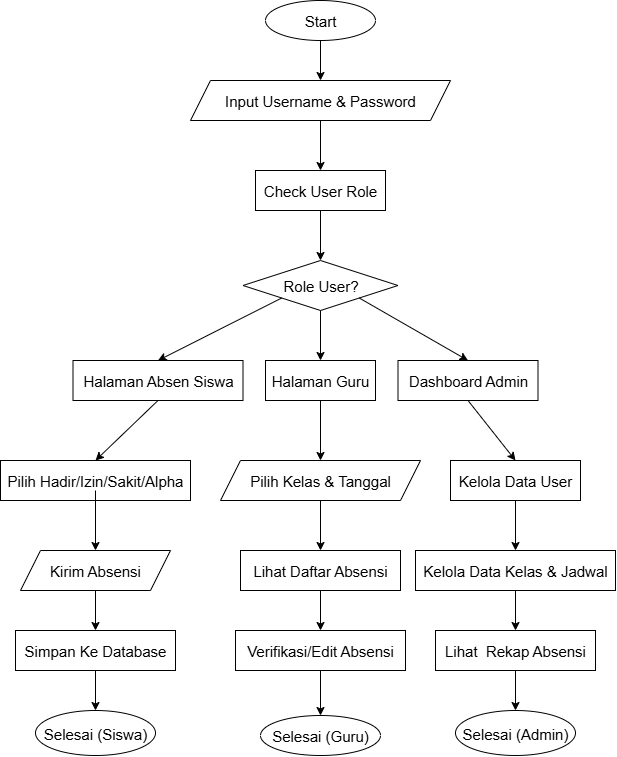
Above: absen.drawio.png in croissantn/Aplikasi-Absen (draw.io), before the change. Source tidied: cells renumbered, new cells last; positions are measured from the earlier drawing's top-left corner, leaving out a move shared by most shapes.
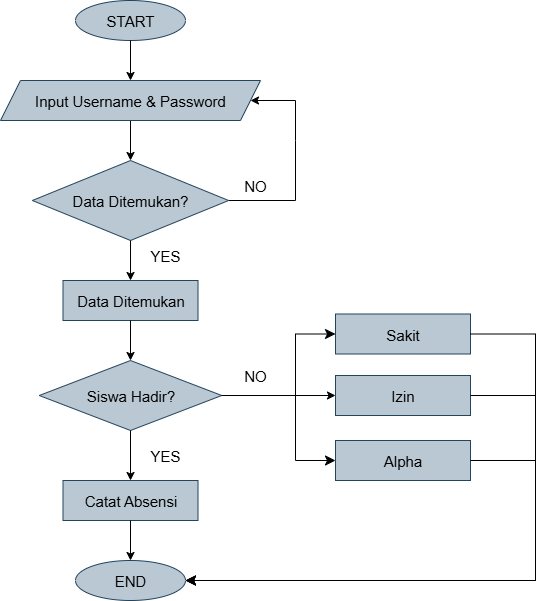
After the commit.

Change to the diagram source:
```diff
@@ -2,118 +2,112 @@
   <root>
     <mxCell id="0" />
     <mxCell id="1" parent="0" />
-    <mxCell id="2" value="&lt;font style=&quot;font-size: 15px;&quot;&gt;Start&lt;/font&gt;" style="ellipse;whiteSpace=wrap;html=1;" parent="1" vertex="1">
+    <mxCell id="2" value="&lt;span style=&quot;font-size: 15px;&quot;&gt;START&lt;/span&gt;" style="ellipse;whiteSpace=wrap;html=1;fillColor=#bac8d3;strokeColor=#23445d;" parent="1" vertex="1">
       <mxGeometry x="265" width="110" height="40" as="geometry" />
     </mxCell>
     <mxCell id="3" style="endArrow=classic;html=1;rounded=0;entryX=0.5;entryY=0;entryDx=0;entryDy=0;exitX=0.5;exitY=1;exitDx=0;exitDy=0;" parent="1" edge="1" source="2" target="30">
       <mxGeometry relative="1" as="geometry" />
     </mxCell>
-    <mxCell id="4" style="endArrow=classic;html=1;rounded=0;exitX=0.5;exitY=1;exitDx=0;exitDy=0;entryX=0.5;entryY=0;entryDx=0;entryDy=0;" parent="1" edge="1" source="30" target="5">
+    <mxCell id="4" style="endArrow=classic;html=1;rounded=0;exitX=0.5;exitY=1;exitDx=0;exitDy=0;entryX=0.5;entryY=0;entryDx=0;entryDy=0;" parent="1" edge="1" source="30" target="39">
       <mxGeometry relative="1" as="geometry" />
     </mxCell>
-    <mxCell id="5" value="&lt;span style=&quot;font-size: 15px;&quot;&gt;Check User Role&lt;/span&gt;" style="rounded=0;whiteSpace=wrap;html=1;" parent="1" vertex="1">
-      <mxGeometry x="255" y="170" width="130" height="40" as="geometry" />
-    </mxCell>
-    <mxCell id="6" value="&lt;font style=&quot;font-size: 15px;&quot;&gt;Role User?&lt;/font&gt;" style="rhombus;whiteSpace=wrap;html=1;" parent="1" vertex="1">
-      <mxGeometry x="242.5" y="260" width="155" height="50" as="geometry" />
-    </mxCell>
-    <mxCell id="7" style="endArrow=classic;html=1;rounded=0;entryX=0.5;entryY=0;entryDx=0;entryDy=0;exitX=0.5;exitY=1;exitDx=0;exitDy=0;" parent="1" edge="1" source="5" target="6">
-      <mxGeometry relative="1" as="geometry" />
+    <mxCell id="7" style="endArrow=classic;html=1;rounded=0;exitX=1;exitY=0.5;exitDx=0;exitDy=0;entryX=1;entryY=0.5;entryDx=0;entryDy=0;" parent="1" edge="1" source="39" target="30">
+      <mxGeometry relative="1" as="geometry">
+        <Array as="points">
+          <mxPoint x="485" y="200" />
+          <mxPoint x="485" y="140" />
+          <mxPoint x="485" y="100" />
+        </Array>
+      </mxGeometry>
     </mxCell>
-    <mxCell id="8" value="&lt;span style=&quot;font-size: 15px;&quot;&gt;Halaman Guru&lt;/span&gt;" style="rounded=0;whiteSpace=wrap;html=1;" parent="1" vertex="1">
-      <mxGeometry x="265" y="360" width="110" height="40" as="geometry" />
-    </mxCell>
-    <mxCell id="9" value="&lt;span style=&quot;font-size: 15px;&quot;&gt;Dashboard Admin&lt;/span&gt;" style="rounded=0;whiteSpace=wrap;html=1;" parent="1" vertex="1">
-      <mxGeometry x="397.5" y="360" width="140" height="40" as="geometry" />
-    </mxCell>
-    <mxCell id="10" value="&lt;span style=&quot;font-size: 15px;&quot;&gt;Halaman Absen Siswa&lt;/span&gt;" style="rounded=0;whiteSpace=wrap;html=1;" parent="1" vertex="1">
-      <mxGeometry x="72.5" y="360" width="170" height="40" as="geometry" />
-    </mxCell>
-    <mxCell id="11" style="endArrow=classic;html=1;rounded=0;entryX=0.5;entryY=0;entryDx=0;entryDy=0;exitX=0;exitY=1;exitDx=0;exitDy=0;" parent="1" edge="1" source="6" target="10">
-      <mxGeometry relative="1" as="geometry" />
-    </mxCell>
-    <mxCell id="12" style="endArrow=classic;html=1;rounded=0;exitX=0.5;exitY=1;exitDx=0;exitDy=0;entryX=0.5;entryY=0;entryDx=0;entryDy=0;" parent="1" edge="1" source="6" target="8">
-      <mxGeometry relative="1" as="geometry" />
-    </mxCell>
-    <mxCell id="13" style="endArrow=classic;html=1;rounded=0;exitX=1;exitY=1;exitDx=0;exitDy=0;entryX=0.5;entryY=0;entryDx=0;entryDy=0;" parent="1" edge="1" source="6" target="9">
-      <mxGeometry relative="1" as="geometry" />
-    </mxCell>
-    <mxCell id="14" value="&lt;span style=&quot;font-size: 15px;&quot;&gt;Kelola Data User&lt;/span&gt;" style="rounded=0;whiteSpace=wrap;html=1;" parent="1" vertex="1">
-      <mxGeometry x="450" y="460" width="130" height="40" as="geometry" />
-    </mxCell>
-    <mxCell id="15" value="&lt;span style=&quot;font-size: 15px;&quot;&gt;Pilih Hadir/Izin/Sakit/Alpha&lt;/span&gt;" style="rounded=0;whiteSpace=wrap;html=1;" parent="1" vertex="1">
-      <mxGeometry y="460" width="190" height="40" as="geometry" />
-    </mxCell>
-    <mxCell id="16" value="&lt;span style=&quot;font-size: 15px;&quot;&gt;Lihat Daftar Absensi&lt;/span&gt;" style="rounded=0;whiteSpace=wrap;html=1;" parent="1" vertex="1">
-      <mxGeometry x="240" y="550" width="160" height="40" as="geometry" />
-    </mxCell>
-    <mxCell id="17" value="&lt;span style=&quot;font-size: 15px;&quot;&gt;Kelola Data Kelas &amp;amp; Jadwal&lt;/span&gt;" style="rounded=0;whiteSpace=wrap;html=1;" parent="1" vertex="1">
-      <mxGeometry x="415" y="550" width="200" height="40" as="geometry" />
-    </mxCell>
-    <mxCell id="18" value="&lt;span style=&quot;font-size: 15px;&quot;&gt;Lihat&amp;nbsp; Rekap Absensi&lt;/span&gt;" style="rounded=0;whiteSpace=wrap;html=1;" parent="1" vertex="1">
-      <mxGeometry x="435" y="630" width="160" height="40" as="geometry" />
-    </mxCell>
-    <mxCell id="19" value="&lt;span style=&quot;font-size: 15px;&quot;&gt;Verifikasi/Edit Absensi&lt;/span&gt;" style="rounded=0;whiteSpace=wrap;html=1;" parent="1" vertex="1">
-      <mxGeometry x="235" y="630" width="170" height="40" as="geometry" />
-    </mxCell>
-    <mxCell id="20" value="&lt;span style=&quot;font-size: 15px;&quot;&gt;Simpan Ke Database&lt;/span&gt;" style="rounded=0;whiteSpace=wrap;html=1;" parent="1" vertex="1">
-      <mxGeometry x="15" y="630" width="160" height="40" as="geometry" />
-    </mxCell>
-    <mxCell id="21" value="&lt;span style=&quot;font-size: 15px;&quot;&gt;Selesai (Siswa)&lt;/span&gt;" style="ellipse;whiteSpace=wrap;html=1;" parent="1" vertex="1">
-      <mxGeometry x="35" y="710" width="120" height="45" as="geometry" />
-    </mxCell>
-    <mxCell id="22" value="&lt;span style=&quot;font-size: 15px;&quot;&gt;Selesai (Guru)&lt;/span&gt;" style="ellipse;whiteSpace=wrap;html=1;" parent="1" vertex="1">
-      <mxGeometry x="260" y="715" width="120" height="40" as="geometry" />
-    </mxCell>
-    <mxCell id="23" value="&lt;span style=&quot;font-size: 15px;&quot;&gt;Selesai (Admin)&lt;/span&gt;" style="ellipse;whiteSpace=wrap;html=1;" parent="1" vertex="1">
-      <mxGeometry x="455" y="710" width="120" height="45" as="geometry" />
-    </mxCell>
-    <mxCell id="24" style="endArrow=classic;html=1;rounded=0;exitX=0.5;exitY=1;exitDx=0;exitDy=0;entryX=0.5;entryY=0;entryDx=0;entryDy=0;" parent="1" edge="1" source="10" target="15">
-      <mxGeometry relative="1" as="geometry" />
-    </mxCell>
-    <mxCell id="25" style="endArrow=classic;html=1;rounded=0;exitX=0.5;exitY=1;exitDx=0;exitDy=0;entryX=0.5;entryY=0;entryDx=0;entryDy=0;" parent="1" edge="1" source="9" target="14">
-      <mxGeometry relative="1" as="geometry" />
-    </mxCell>
-    <mxCell id="26" style="endArrow=classic;html=1;rounded=0;exitX=0.5;exitY=1;exitDx=0;exitDy=0;entryX=0.5;entryY=0;entryDx=0;entryDy=0;" parent="1" edge="1" source="31" target="16">
-      <mxGeometry relative="1" as="geometry" />
-    </mxCell>
-    <mxCell id="27" style="endArrow=classic;html=1;rounded=0;exitX=0.5;exitY=1;exitDx=0;exitDy=0;entryX=0.5;entryY=0;entryDx=0;entryDy=0;" parent="1" edge="1" source="14" target="17">
-      <mxGeometry relative="1" as="geometry" />
-    </mxCell>
-    <mxCell id="28" style="endArrow=classic;html=1;rounded=0;exitX=0.5;exitY=1;exitDx=0;exitDy=0;entryX=0.5;entryY=0;entryDx=0;entryDy=0;" parent="1" edge="1" source="16" target="19">
-      <mxGeometry relative="1" as="geometry" />
-    </mxCell>
-    <mxCell id="29" style="endArrow=classic;html=1;rounded=0;exitX=0.5;exitY=1;exitDx=0;exitDy=0;entryX=0.5;entryY=0;entryDx=0;entryDy=0;" parent="1" edge="1" source="17" target="18">
-      <mxGeometry relative="1" as="geometry" />
-    </mxCell>
-    <mxCell id="30" value="&lt;font style=&quot;font-size: 15px;&quot;&gt;Input Username &amp;amp; Password&lt;/font&gt;" style="shape=parallelogram;perimeter=parallelogramPerimeter;whiteSpace=wrap;html=1;fixedSize=1;" parent="1" vertex="1">
+    <mxCell id="30" value="&lt;font style=&quot;font-size: 15px;&quot;&gt;Input Username &amp;amp; Password&lt;/font&gt;" style="shape=parallelogram;perimeter=parallelogramPerimeter;whiteSpace=wrap;html=1;fixedSize=1;fillColor=#bac8d3;strokeColor=#23445d;" parent="1" vertex="1">
       <mxGeometry x="190" y="80" width="260" height="40" as="geometry" />
     </mxCell>
-    <mxCell id="31" value="&lt;span style=&quot;font-size: 15px;&quot;&gt;Pilih Kelas &amp;amp; Tanggal&lt;/span&gt;" style="shape=parallelogram;perimeter=parallelogramPerimeter;whiteSpace=wrap;html=1;fixedSize=1;" parent="1" vertex="1">
-      <mxGeometry x="220" y="460" width="200" height="40" as="geometry" />
-    </mxCell>
-    <mxCell id="32" style="endArrow=classic;html=1;rounded=0;exitX=0.5;exitY=1;exitDx=0;exitDy=0;entryX=0.5;entryY=0;entryDx=0;entryDy=0;" parent="1" edge="1" source="8" target="31">
-      <mxGeometry relative="1" as="geometry" />
-    </mxCell>
-    <mxCell id="33" value="&lt;span style=&quot;font-size: 15px;&quot;&gt;Kirim Absensi&lt;/span&gt;" style="shape=parallelogram;perimeter=parallelogramPerimeter;whiteSpace=wrap;html=1;fixedSize=1;" parent="1" vertex="1">
-      <mxGeometry x="20" y="550" width="150" height="40" as="geometry" />
-    </mxCell>
-    <mxCell id="34" style="endArrow=classic;html=1;rounded=0;exitX=0.5;exitY=1;exitDx=0;exitDy=0;entryX=0.5;entryY=0;entryDx=0;entryDy=0;" parent="1" edge="1" target="33">
-      <mxGeometry relative="1" as="geometry">
-        <mxPoint x="95" y="490" as="sourcePoint" />
-      </mxGeometry>
-    </mxCell>
-    <mxCell id="35" style="endArrow=classic;html=1;rounded=0;exitX=0.5;exitY=1;exitDx=0;exitDy=0;entryX=0.5;entryY=0;entryDx=0;entryDy=0;" parent="1" edge="1" source="33" target="20">
-      <mxGeometry relative="1" as="geometry" />
-    </mxCell>
-    <mxCell id="36" style="endArrow=classic;html=1;rounded=0;exitX=0.5;exitY=1;exitDx=0;exitDy=0;entryX=0.5;entryY=0;entryDx=0;entryDy=0;" parent="1" edge="1" source="20" target="21">
-      <mxGeometry relative="1" as="geometry" />
-    </mxCell>
-    <mxCell id="37" style="endArrow=classic;html=1;rounded=0;exitX=0.5;exitY=1;exitDx=0;exitDy=0;entryX=0.5;entryY=0;entryDx=0;entryDy=0;" parent="1" edge="1" source="19" target="22">
-      <mxGeometry relative="1" as="geometry" />
-    </mxCell>
-    <mxCell id="38" style="endArrow=classic;html=1;rounded=0;exitX=0.5;exitY=1;exitDx=0;exitDy=0;entryX=0.5;entryY=0;entryDx=0;entryDy=0;" parent="1" edge="1" source="18" target="23">
-      <mxGeometry relative="1" as="geometry" />
-    </mxCell>
+    <mxCell id="39" value="&lt;font style=&quot;font-size: 15px;&quot;&gt;Data Ditemukan?&lt;/font&gt;" style="rhombus;whiteSpace=wrap;html=1;fillColor=#bac8d3;strokeColor=#23445d;" parent="1" vertex="1">
+      <mxGeometry x="221.9" y="160" width="196.2" height="80" as="geometry" />
+    </mxCell>
+    <mxCell id="40" value="&lt;font style=&quot;font-size: 15px;&quot;&gt;NO&lt;/font&gt;" style="text;html=1;align=center;verticalAlign=middle;whiteSpace=wrap;rounded=0;" parent="1" vertex="1">
+      <mxGeometry x="415" y="170" width="60" height="30" as="geometry" />
+    </mxCell>
+    <mxCell id="41" style="endArrow=classic;html=1;rounded=0;exitX=0.5;exitY=1;exitDx=0;exitDy=0;entryX=0.5;entryY=0;entryDx=0;entryDy=0;" parent="1" edge="1" source="39" target="43">
+      <mxGeometry relative="1" as="geometry" />
+    </mxCell>
+    <mxCell id="42" value="&lt;span style=&quot;font-size: 15px;&quot;&gt;YES&lt;/span&gt;" style="text;html=1;align=center;verticalAlign=middle;whiteSpace=wrap;rounded=0;" parent="1" vertex="1">
+      <mxGeometry x="325" y="240" width="60" height="30" as="geometry" />
+    </mxCell>
+    <mxCell id="43" value="&lt;font style=&quot;font-size: 15px;&quot;&gt;Data Ditemukan&lt;/font&gt;" style="rounded=0;whiteSpace=wrap;html=1;fillColor=#bac8d3;strokeColor=#23445d;" parent="1" vertex="1">
+      <mxGeometry x="252.5" y="280" width="135" height="40" as="geometry" />
+    </mxCell>
+    <mxCell id="44" value="&lt;span style=&quot;font-size: 15px;&quot;&gt;Siswa Hadir?&lt;/span&gt;" style="rhombus;whiteSpace=wrap;html=1;fillColor=#bac8d3;strokeColor=#23445d;" parent="1" vertex="1">
+      <mxGeometry x="228.8" y="360" width="182.5" height="70" as="geometry" />
+    </mxCell>
+    <mxCell id="45" style="endArrow=classic;html=1;rounded=0;exitX=0.5;exitY=1;exitDx=0;exitDy=0;entryX=0.5;entryY=0;entryDx=0;entryDy=0;" parent="1" edge="1" source="43" target="44">
+      <mxGeometry relative="1" as="geometry" />
+    </mxCell>
+    <mxCell id="46" style="endArrow=classic;html=1;rounded=0;exitX=0.5;exitY=1;exitDx=0;exitDy=0;entryX=0.5;entryY=0;entryDx=0;entryDy=0;" parent="1" edge="1" source="44" target="47">
+      <mxGeometry relative="1" as="geometry" />
+    </mxCell>
+    <mxCell id="47" value="&lt;font style=&quot;font-size: 15px;&quot;&gt;Catat Absensi&lt;/font&gt;" style="rounded=0;whiteSpace=wrap;html=1;fillColor=#bac8d3;strokeColor=#23445d;" parent="1" vertex="1">
+      <mxGeometry x="252.5" y="480" width="135" height="40" as="geometry" />
+    </mxCell>
+    <mxCell id="48" value="&lt;span style=&quot;font-size: 15px;&quot;&gt;END&lt;/span&gt;" style="ellipse;whiteSpace=wrap;html=1;fillColor=#bac8d3;strokeColor=#23445d;" parent="1" vertex="1">
+      <mxGeometry x="265" y="560" width="110" height="40" as="geometry" />
+    </mxCell>
+    <mxCell id="49" style="endArrow=classic;html=1;rounded=0;exitX=0.5;exitY=1;exitDx=0;exitDy=0;entryX=0.5;entryY=0;entryDx=0;entryDy=0;" parent="1" edge="1" source="47" target="48">
+      <mxGeometry relative="1" as="geometry" />
+    </mxCell>
+    <mxCell id="50" style="endArrow=classic;html=1;rounded=0;exitX=1;exitY=0.5;exitDx=0;exitDy=0;entryX=0;entryY=0.5;entryDx=0;entryDy=0;" parent="1" edge="1" source="44" target="52">
+      <mxGeometry relative="1" as="geometry" />
+    </mxCell>
+    <mxCell id="51" value="&lt;span style=&quot;font-size: 15px;&quot;&gt;Sakit&lt;/span&gt;" style="rounded=0;whiteSpace=wrap;html=1;fillColor=#bac8d3;strokeColor=#23445d;" parent="1" vertex="1">
+      <mxGeometry x="525" y="313.5" width="135" height="40" as="geometry" />
+    </mxCell>
+    <mxCell id="52" value="&lt;span style=&quot;font-size: 15px;&quot;&gt;Izin&lt;/span&gt;" style="rounded=0;whiteSpace=wrap;html=1;fillColor=#bac8d3;strokeColor=#23445d;" parent="1" vertex="1">
+      <mxGeometry x="525" y="375" width="135" height="40" as="geometry" />
+    </mxCell>
+    <mxCell id="53" value="&lt;span style=&quot;font-size: 15px;&quot;&gt;Alpha&lt;/span&gt;" style="rounded=0;whiteSpace=wrap;html=1;fillColor=#bac8d3;strokeColor=#23445d;" parent="1" vertex="1">
+      <mxGeometry x="525" y="440" width="135" height="40" as="geometry" />
+    </mxCell>
+    <mxCell id="54" style="edgeStyle=elbowEdgeStyle;elbow=horizontal;endArrow=classic;html=1;curved=0;rounded=0;endSize=8;startSize=6;exitX=1;exitY=0.5;exitDx=0;exitDy=0;entryX=0;entryY=0.5;entryDx=0;entryDy=0;" parent="1" edge="1" source="44" target="51">
+      <mxGeometry relative="1" as="geometry">
+        <Array as="points">
+          <mxPoint x="485" y="370" />
+        </Array>
+      </mxGeometry>
+    </mxCell>
+    <mxCell id="55" style="edgeStyle=elbowEdgeStyle;elbow=horizontal;endArrow=classic;html=1;curved=0;rounded=0;endSize=8;startSize=8;exitX=1;exitY=0.5;exitDx=0;exitDy=0;entryX=0;entryY=0.5;entryDx=0;entryDy=0;" parent="1" edge="1" source="44" target="53">
+      <mxGeometry relative="1" as="geometry">
+        <Array as="points">
+          <mxPoint x="485" y="380" />
+        </Array>
+      </mxGeometry>
+    </mxCell>
+    <mxCell id="56" style="edgeStyle=elbowEdgeStyle;elbow=horizontal;endArrow=classic;html=1;curved=0;rounded=0;endSize=8;startSize=8;exitX=1;exitY=0.5;exitDx=0;exitDy=0;entryX=1;entryY=0.5;entryDx=0;entryDy=0;" parent="1" edge="1" source="51" target="48">
+      <mxGeometry relative="1" as="geometry">
+        <Array as="points">
+          <mxPoint x="725" y="460" />
+        </Array>
+      </mxGeometry>
+    </mxCell>
+    <mxCell id="57" style="edgeStyle=elbowEdgeStyle;elbow=horizontal;endArrow=classic;html=1;curved=0;rounded=0;endSize=8;startSize=8;exitX=1;exitY=0.5;exitDx=0;exitDy=0;entryX=1;entryY=0.5;entryDx=0;entryDy=0;" parent="1" edge="1" source="52" target="48">
+      <mxGeometry relative="1" as="geometry">
+        <Array as="points">
+          <mxPoint x="725" y="480" />
+        </Array>
+      </mxGeometry>
+    </mxCell>
+    <mxCell id="58" style="edgeStyle=elbowEdgeStyle;elbow=horizontal;endArrow=classic;html=1;curved=0;rounded=0;endSize=8;startSize=8;exitX=1;exitY=0.5;exitDx=0;exitDy=0;entryX=1;entryY=0.5;entryDx=0;entryDy=0;" parent="1" edge="1" source="53" target="48">
+      <mxGeometry relative="1" as="geometry">
+        <Array as="points">
+          <mxPoint x="725" y="520" />
+        </Array>
+      </mxGeometry>
+    </mxCell>
+    <mxCell id="59" value="&lt;font style=&quot;font-size: 15px;&quot;&gt;NO&lt;/font&gt;" style="text;html=1;align=center;verticalAlign=middle;whiteSpace=wrap;rounded=0;" parent="1" vertex="1">
+      <mxGeometry x="415" y="360" width="60" height="30" as="geometry" />
+    </mxCell>
+    <mxCell id="60" value="&lt;span style=&quot;font-size: 15px;&quot;&gt;YES&lt;/span&gt;" style="text;html=1;align=center;verticalAlign=middle;whiteSpace=wrap;rounded=0;" parent="1" vertex="1">
+      <mxGeometry x="325" y="440" width="60" height="30" as="geometry" />
+    </mxCell>
   </root>
 </mxGraphModel>
```
